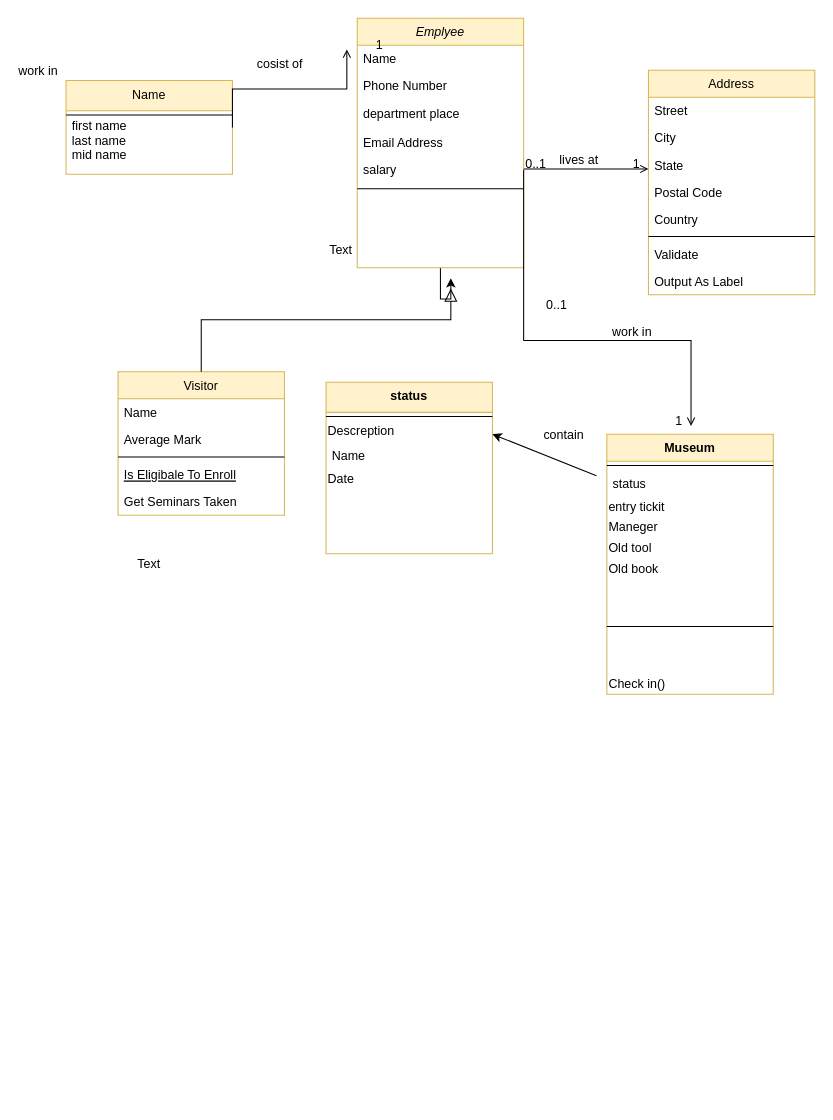
SabahTARTIR365/hello-world keeps this draw.io diagram as Untitled Diagram.drawio. Above is the earlier version. Source tidied: cells renumbered, new cells numbered last; positions are measured from the earlier drawing's top-left corner, leaving out a move shared by most shapes. Both pictures are drawn from the tidied source at 104%, with x=0, y=0 at pixel (66, 18).
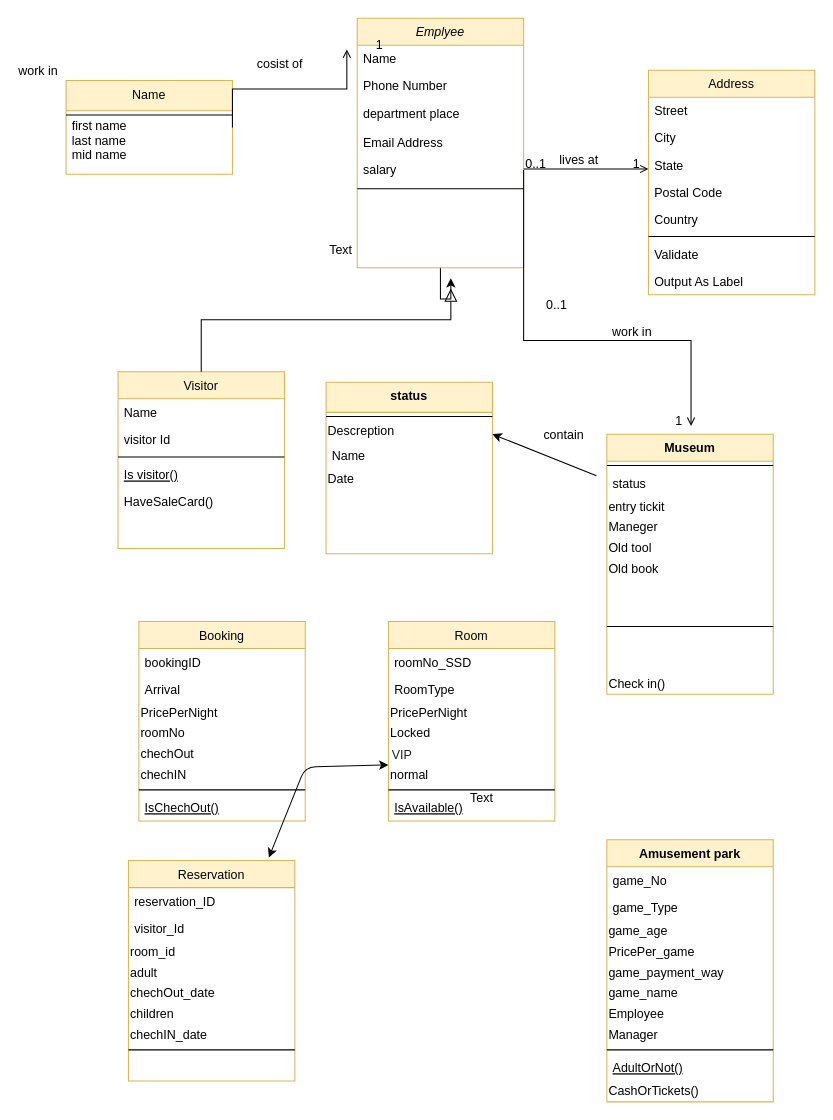
The same diagram, later.

What changed in the source:
```diff
@@
     <mxCell id="10" value="Visitor" style="swimlane;fontStyle=0;align=center;verticalAlign=top;horizontal=1;startSize=26;rounded=0;shadow=0;strokeWidth=1;fillColor=#fff2cc;strokeColor=#d6b656;" parent="1" vertex="1">
-      <mxGeometry x="50" y="340" width="160" height="138" as="geometry" />
+      <mxGeometry x="50" y="340" width="160" height="170" as="geometry" />
     </mxCell>
@@
-    <mxCell id="12" value="Average Mark" style="text;align=left;verticalAlign=top;spacingLeft=4;spacingRight=4;overflow=hidden;rounded=0;shadow=0;html=0;" parent="10" vertex="1">
+    <mxCell id="12" value="visitor Id" style="text;align=left;verticalAlign=top;spacingLeft=4;spacingRight=4;overflow=hidden;rounded=0;shadow=0;html=0;" parent="10" vertex="1">
       <mxGeometry y="52" width="160" height="26" as="geometry" />
     </mxCell>
@@
-    <mxCell id="14" value="Is Eligibale To Enroll" style="text;align=left;verticalAlign=top;spacingLeft=4;spacingRight=4;overflow=hidden;fontStyle=4;" parent="10" vertex="1">
+    <mxCell id="14" value="Is visitor()" style="text;align=left;verticalAlign=top;spacingLeft=4;spacingRight=4;overflow=hidden;fontStyle=4;" parent="10" vertex="1">
       <mxGeometry y="86" width="160" height="26" as="geometry" />
     </mxCell>
-    <mxCell id="15" value="Get Seminars Taken" style="text;align=left;verticalAlign=top;spacingLeft=4;spacingRight=4;overflow=hidden;" parent="10" vertex="1">
+    <mxCell id="15" value="HaveSaleCard()" style="text;align=left;verticalAlign=top;spacingLeft=4;spacingRight=4;overflow=hidden;" parent="10" vertex="1">
       <mxGeometry y="112" width="160" height="26" as="geometry" />
     </mxCell>
@@
-    <mxCell id="46" value="Text" style="text;html=1;strokeColor=none;fillColor=none;align=center;verticalAlign=middle;whiteSpace=wrap;rounded=0;" parent="1" vertex="1">
-      <mxGeometry x="60" y="515" width="40" height="20" as="geometry" />
-    </mxCell>
@@
+    <mxCell id="59" value="Room" style="swimlane;fontStyle=0;align=center;verticalAlign=top;horizontal=1;startSize=26;rounded=0;shadow=0;strokeWidth=1;fillColor=#fff2cc;strokeColor=#d6b656;" parent="1" vertex="1">
+      <mxGeometry x="310" y="580" width="160" height="192" as="geometry" />
+    </mxCell>
+    <mxCell id="60" value="roomNo_SSD" style="text;align=left;verticalAlign=top;spacingLeft=4;spacingRight=4;overflow=hidden;" parent="59" vertex="1">
+      <mxGeometry y="26" width="160" height="26" as="geometry" />
+    </mxCell>
+    <mxCell id="61" value="RoomType" style="text;align=left;verticalAlign=top;spacingLeft=4;spacingRight=4;overflow=hidden;rounded=0;shadow=0;html=0;" parent="59" vertex="1">
+      <mxGeometry y="52" width="160" height="26" as="geometry" />
+    </mxCell>
+    <mxCell id="62" value="PricePerNight" style="text;html=1;strokeColor=none;fillColor=none;align=left;verticalAlign=middle;whiteSpace=wrap;rounded=0;" parent="59" vertex="1">
+      <mxGeometry y="78" width="160" height="20" as="geometry" />
+    </mxCell>
+    <mxCell id="63" value="Locked" style="text;html=1;strokeColor=none;fillColor=none;align=left;verticalAlign=middle;whiteSpace=wrap;rounded=0;" parent="59" vertex="1">
+      <mxGeometry y="98" width="160" height="20" as="geometry" />
+    </mxCell>
+    <mxCell id="64" value="&lt;pre class=&quot;tw-data-text tw-text-large tw-ta&quot; id=&quot;tw-target-text&quot; dir=&quot;ltr&quot; style=&quot;line-height: 36px ; border: none ; padding: 2px 0px 2px 0.14em ; position: relative ; margin-top: -2px ; margin-bottom: -2px ; resize: none ; font-family: inherit ; overflow: hidden ; width: 283px ; white-space: pre-wrap ; overflow-wrap: break-word ; color: rgb(34 , 34 , 34)&quot;&gt;VIP&lt;/pre&gt;" style="text;html=1;strokeColor=none;fillColor=none;align=left;verticalAlign=middle;whiteSpace=wrap;rounded=0;" parent="59" vertex="1">
+      <mxGeometry y="118" width="160" height="20" as="geometry" />
+    </mxCell>
+    <mxCell id="65" value="normal" style="text;html=1;strokeColor=none;fillColor=none;align=left;verticalAlign=middle;whiteSpace=wrap;rounded=0;" parent="59" vertex="1">
+      <mxGeometry y="138" width="160" height="20" as="geometry" />
+    </mxCell>
+    <mxCell id="66" style="line;html=1;strokeWidth=1;align=left;verticalAlign=middle;spacingTop=-1;spacingLeft=3;spacingRight=3;labelPosition=right;" parent="59" vertex="1">
+      <mxGeometry y="158" width="160" height="8" as="geometry" />
+    </mxCell>
+    <mxCell id="67" value="IsAvailable()" style="text;align=left;verticalAlign=top;spacingLeft=4;spacingRight=4;overflow=hidden;fontStyle=4;" parent="59" vertex="1">
+      <mxGeometry y="166" width="160" height="26" as="geometry" />
+    </mxCell>
+    <mxCell id="68" value="Booking" style="swimlane;fontStyle=0;align=center;verticalAlign=top;horizontal=1;startSize=26;rounded=0;shadow=0;strokeWidth=1;fillColor=#fff2cc;strokeColor=#d6b656;" parent="1" vertex="1">
+      <mxGeometry x="70" y="580" width="160" height="192" as="geometry" />
+    </mxCell>
+    <mxCell id="69" value="bookingID" style="text;align=left;verticalAlign=top;spacingLeft=4;spacingRight=4;overflow=hidden;" parent="68" vertex="1">
+      <mxGeometry y="26" width="160" height="26" as="geometry" />
+    </mxCell>
+    <mxCell id="70" value="Arrival" style="text;align=left;verticalAlign=top;spacingLeft=4;spacingRight=4;overflow=hidden;rounded=0;shadow=0;html=0;" parent="68" vertex="1">
+      <mxGeometry y="52" width="160" height="26" as="geometry" />
+    </mxCell>
+    <mxCell id="71" value="PricePerNight" style="text;html=1;strokeColor=none;fillColor=none;align=left;verticalAlign=middle;whiteSpace=wrap;rounded=0;" parent="68" vertex="1">
+      <mxGeometry y="78" width="160" height="20" as="geometry" />
+    </mxCell>
+    <mxCell id="72" value="roomNo" style="text;html=1;strokeColor=none;fillColor=none;align=left;verticalAlign=middle;whiteSpace=wrap;rounded=0;" parent="68" vertex="1">
+      <mxGeometry y="98" width="160" height="20" as="geometry" />
+    </mxCell>
+    <mxCell id="73" value="chechOut&amp;nbsp;" style="text;html=1;strokeColor=none;fillColor=none;align=left;verticalAlign=middle;whiteSpace=wrap;rounded=0;" parent="68" vertex="1">
+      <mxGeometry y="118" width="160" height="20" as="geometry" />
+    </mxCell>
+    <mxCell id="74" value="chechIN" style="text;html=1;strokeColor=none;fillColor=none;align=left;verticalAlign=middle;whiteSpace=wrap;rounded=0;" parent="68" vertex="1">
+      <mxGeometry y="138" width="160" height="20" as="geometry" />
+    </mxCell>
+    <mxCell id="75" style="line;html=1;strokeWidth=1;align=left;verticalAlign=middle;spacingTop=-1;spacingLeft=3;spacingRight=3;labelPosition=right;" parent="68" vertex="1">
+      <mxGeometry y="158" width="160" height="8" as="geometry" />
+    </mxCell>
+    <mxCell id="76" value="IsChechOut()" style="text;align=left;verticalAlign=top;spacingLeft=4;spacingRight=4;overflow=hidden;fontStyle=4;" parent="68" vertex="1">
+      <mxGeometry y="166" width="160" height="26" as="geometry" />
+    </mxCell>
+    <mxCell id="77" value="Reservation" style="swimlane;fontStyle=0;align=center;verticalAlign=top;horizontal=1;startSize=26;rounded=0;shadow=0;strokeWidth=1;fillColor=#fff2cc;strokeColor=#d6b656;" parent="1" vertex="1">
+      <mxGeometry x="60" y="810" width="160" height="212" as="geometry" />
+    </mxCell>
+    <mxCell id="78" value="reservation_ID" style="text;align=left;verticalAlign=top;spacingLeft=4;spacingRight=4;overflow=hidden;" parent="77" vertex="1">
+      <mxGeometry y="26" width="160" height="26" as="geometry" />
+    </mxCell>
+    <mxCell id="79" value="visitor_Id" style="text;align=left;verticalAlign=top;spacingLeft=4;spacingRight=4;overflow=hidden;rounded=0;shadow=0;html=0;" parent="77" vertex="1">
+      <mxGeometry y="52" width="160" height="26" as="geometry" />
+    </mxCell>
+    <mxCell id="80" value="room_id" style="text;html=1;strokeColor=none;fillColor=none;align=left;verticalAlign=middle;whiteSpace=wrap;rounded=0;" parent="77" vertex="1">
+      <mxGeometry y="78" width="160" height="20" as="geometry" />
+    </mxCell>
+    <mxCell id="81" value="adult" style="text;html=1;strokeColor=none;fillColor=none;align=left;verticalAlign=middle;whiteSpace=wrap;rounded=0;" parent="77" vertex="1">
+      <mxGeometry y="98" width="160" height="20" as="geometry" />
+    </mxCell>
+    <mxCell id="82" value="chechOut_date" style="text;html=1;strokeColor=none;fillColor=none;align=left;verticalAlign=middle;whiteSpace=wrap;rounded=0;" parent="77" vertex="1">
+      <mxGeometry y="118" width="160" height="20" as="geometry" />
+    </mxCell>
+    <mxCell id="83" value="children" style="text;html=1;strokeColor=none;fillColor=none;align=left;verticalAlign=middle;whiteSpace=wrap;rounded=0;" parent="77" vertex="1">
+      <mxGeometry y="138" width="160" height="20" as="geometry" />
+    </mxCell>
+    <mxCell id="84" value="chechIN_date" style="text;html=1;strokeColor=none;fillColor=none;align=left;verticalAlign=middle;whiteSpace=wrap;rounded=0;" parent="77" vertex="1">
+      <mxGeometry y="158" width="160" height="20" as="geometry" />
+    </mxCell>
+    <mxCell id="85" style="line;html=1;strokeWidth=1;align=left;verticalAlign=middle;spacingTop=-1;spacingLeft=3;spacingRight=3;labelPosition=right;" parent="77" vertex="1">
+      <mxGeometry y="178" width="160" height="8" as="geometry" />
+    </mxCell>
+    <mxCell id="86" value="Amusement park" style="swimlane;fontStyle=1;align=center;verticalAlign=top;horizontal=1;startSize=26;rounded=0;shadow=0;strokeWidth=1;fillColor=#fff2cc;strokeColor=#d6b656;" parent="1" vertex="1">
+      <mxGeometry x="520" y="790" width="160" height="252" as="geometry" />
+    </mxCell>
+    <mxCell id="87" value="game_No" style="text;align=left;verticalAlign=top;spacingLeft=4;spacingRight=4;overflow=hidden;" parent="86" vertex="1">
+      <mxGeometry y="26" width="160" height="26" as="geometry" />
+    </mxCell>
+    <mxCell id="88" value="game_Type" style="text;align=left;verticalAlign=top;spacingLeft=4;spacingRight=4;overflow=hidden;rounded=0;shadow=0;html=0;" parent="86" vertex="1">
+      <mxGeometry y="52" width="160" height="26" as="geometry" />
+    </mxCell>
+    <mxCell id="89" value="game_age" style="text;html=1;strokeColor=none;fillColor=none;align=left;verticalAlign=middle;whiteSpace=wrap;rounded=0;" parent="86" vertex="1">
+      <mxGeometry y="78" width="160" height="20" as="geometry" />
+    </mxCell>
+    <mxCell id="90" value="PricePer_game" style="text;html=1;strokeColor=none;fillColor=none;align=left;verticalAlign=middle;whiteSpace=wrap;rounded=0;" parent="86" vertex="1">
+      <mxGeometry y="98" width="160" height="20" as="geometry" />
+    </mxCell>
+    <mxCell id="91" value="game_payment_way" style="text;html=1;strokeColor=none;fillColor=none;align=left;verticalAlign=middle;whiteSpace=wrap;rounded=0;" parent="86" vertex="1">
+      <mxGeometry y="118" width="160" height="20" as="geometry" />
+    </mxCell>
+    <mxCell id="92" value="game_name" style="text;html=1;strokeColor=none;fillColor=none;align=left;verticalAlign=middle;whiteSpace=wrap;rounded=0;" parent="86" vertex="1">
+      <mxGeometry y="138" width="160" height="20" as="geometry" />
+    </mxCell>
+    <mxCell id="93" value="Employee" style="text;html=1;strokeColor=none;fillColor=none;align=left;verticalAlign=middle;whiteSpace=wrap;rounded=0;" parent="86" vertex="1">
+      <mxGeometry y="158" width="160" height="20" as="geometry" />
+    </mxCell>
+    <mxCell id="94" value="Manager" style="text;html=1;strokeColor=none;fillColor=none;align=left;verticalAlign=middle;whiteSpace=wrap;rounded=0;" parent="86" vertex="1">
+      <mxGeometry y="178" width="160" height="20" as="geometry" />
+    </mxCell>
+    <mxCell id="95" style="line;html=1;strokeWidth=1;align=left;verticalAlign=middle;spacingTop=-1;spacingLeft=3;spacingRight=3;labelPosition=right;" parent="86" vertex="1">
+      <mxGeometry y="198" width="160" height="8" as="geometry" />
+    </mxCell>
+    <mxCell id="96" value="AdultOrNot()" style="text;align=left;verticalAlign=top;spacingLeft=4;spacingRight=4;overflow=hidden;fontStyle=4;" parent="86" vertex="1">
+      <mxGeometry y="206" width="160" height="26" as="geometry" />
+    </mxCell>
+    <mxCell id="97" value="CashOrTickets()" style="text;html=1;strokeColor=none;fillColor=none;align=left;verticalAlign=middle;whiteSpace=wrap;rounded=0;" parent="86" vertex="1">
+      <mxGeometry y="232" width="160" height="20" as="geometry" />
+    </mxCell>
+    <mxCell id="46" value="Text" style="text;html=1;strokeColor=none;fillColor=none;align=center;verticalAlign=middle;whiteSpace=wrap;rounded=0;" parent="1" vertex="1">
+      <mxGeometry x="380" y="740" width="40" height="20" as="geometry" />
+    </mxCell>
+    <mxCell id="98" style="endArrow=classic;startArrow=classic;html=1;exitX=0.844;exitY=-0.014;exitDx=0;exitDy=0;exitPerimeter=0;entryX=0;entryY=0;entryDx=0;entryDy=0;" parent="1" edge="1" source="77" target="65">
+      <mxGeometry relative="1" as="geometry">
+        <Array as="points">
+          <mxPoint x="230" y="720" />
+        </Array>
+      </mxGeometry>
+    </mxCell>
```
